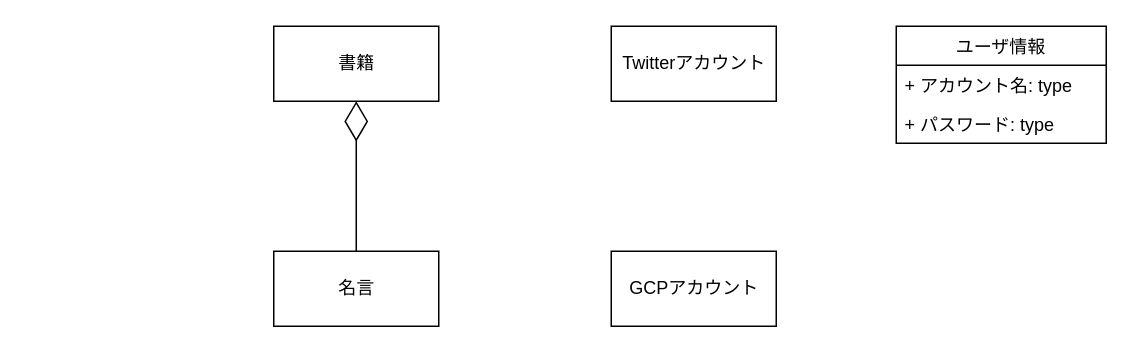
The draw.io diagram docs/ICONIX/DomainModel.drawio in yasugahira0810/kotodama, before the edit. Source tidied: cells renumbered, new cells numbered last; positions are measured from the earlier drawing's top-left corner, leaving out a move shared by most shapes. Both pictures are drawn from the tidied source at 150%, with x=0, y=0 at pixel (273, 26).
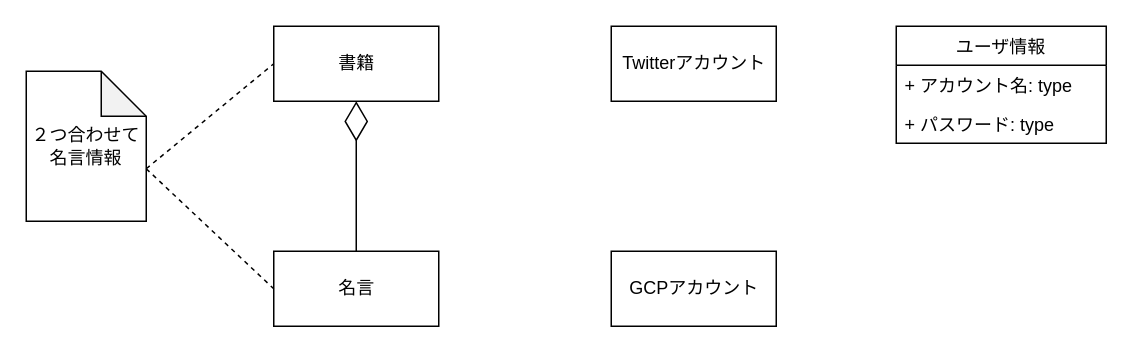
The same diagram, later.

Diff of the diagram source:
```diff
@@
 <mxGraphModel>
   <root>
     <mxCell id="0" />
     <mxCell id="1" parent="0" />
     <mxCell id="2" value="名言" style="html=1;" parent="1" vertex="1">
       <mxGeometry y="150" width="110" height="50" as="geometry" />
     </mxCell>
     <mxCell id="3" style="endArrow=diamondThin;endFill=0;endSize=24;html=1;entryX=0.5;entryY=1;entryDx=0;entryDy=0;exitX=0.5;exitY=0;exitDx=0;exitDy=0;" parent="1" edge="1" source="2" target="5">
       <mxGeometry relative="1" as="geometry" />
     </mxCell>
     <mxCell id="4" value="Twitterアカウント" style="html=1;" parent="1" vertex="1">
       <mxGeometry x="225" width="110" height="50" as="geometry" />
     </mxCell>
     <mxCell id="5" value="書籍" style="html=1;" parent="1" vertex="1">
       <mxGeometry width="110" height="50" as="geometry" />
     </mxCell>
     <mxCell id="6" value="GCPアカウント" style="html=1;" parent="1" vertex="1">
       <mxGeometry x="225" y="150" width="110" height="50" as="geometry" />
     </mxCell>
     <mxCell id="7" value="ユーザ情報" style="swimlane;fontStyle=0;horizontal=1;startSize=26;fillColor=none;" parent="1" vertex="1">
       <mxGeometry x="415" width="140" height="78" as="geometry" />
     </mxCell>
     <mxCell id="8" value="+ アカウント名: type" style="text;strokeColor=none;fillColor=none;align=left;verticalAlign=top;spacingLeft=4;spacingRight=4;overflow=hidden;" parent="7" vertex="1">
       <mxGeometry y="26" width="140" height="26" as="geometry" />
     </mxCell>
     <mxCell id="9" value="+ パスワード: type" style="text;strokeColor=none;fillColor=none;align=left;verticalAlign=top;spacingLeft=4;spacingRight=4;overflow=hidden;" parent="7" vertex="1">
       <mxGeometry y="52" width="140" height="26" as="geometry" />
     </mxCell>
+    <mxCell id="10" value="２つ合わせて名言情報" style="shape=note;whiteSpace=wrap;html=1;backgroundOutline=1;darkOpacity=0.05;" parent="1" vertex="1">
+      <mxGeometry x="-165" y="30" width="80" height="100" as="geometry" />
+    </mxCell>
+    <mxCell id="11" style="endArrow=none;dashed=1;html=1;exitX=0;exitY=0;exitDx=80;exitDy=65;exitPerimeter=0;entryX=0;entryY=0.5;entryDx=0;entryDy=0;" parent="1" edge="1" source="10" target="5">
+      <mxGeometry relative="1" as="geometry" />
+    </mxCell>
+    <mxCell id="12" style="endArrow=none;dashed=1;html=1;exitX=0;exitY=0;exitDx=80;exitDy=65;exitPerimeter=0;entryX=0;entryY=0.5;entryDx=0;entryDy=0;" parent="1" edge="1" source="10" target="2">
+      <mxGeometry relative="1" as="geometry" />
+    </mxCell>
   </root>
 </mxGraphModel>
```
